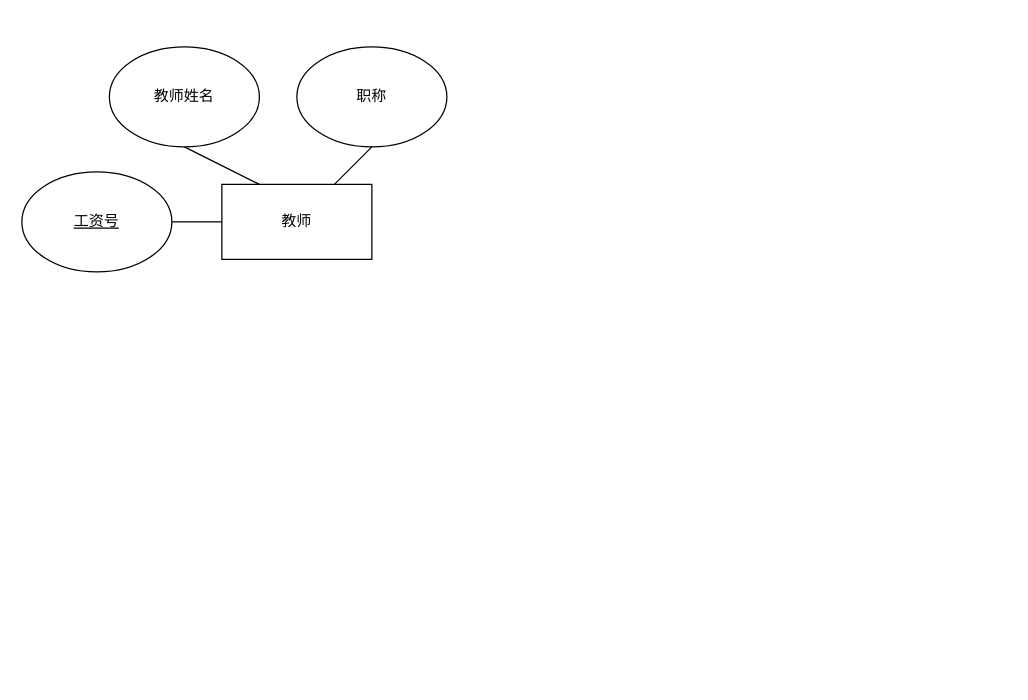
The draw.io diagram 成绩管理系统.drawio in Thesis7/review--master, before the edit. Source tidied: cells renumbered, new cells numbered last; positions are measured from the earlier drawing's top-left corner, leaving out a move shared by most shapes. Both pictures are drawn from the tidied source at 125%, with x=0, y=0 at pixel (21, 46).
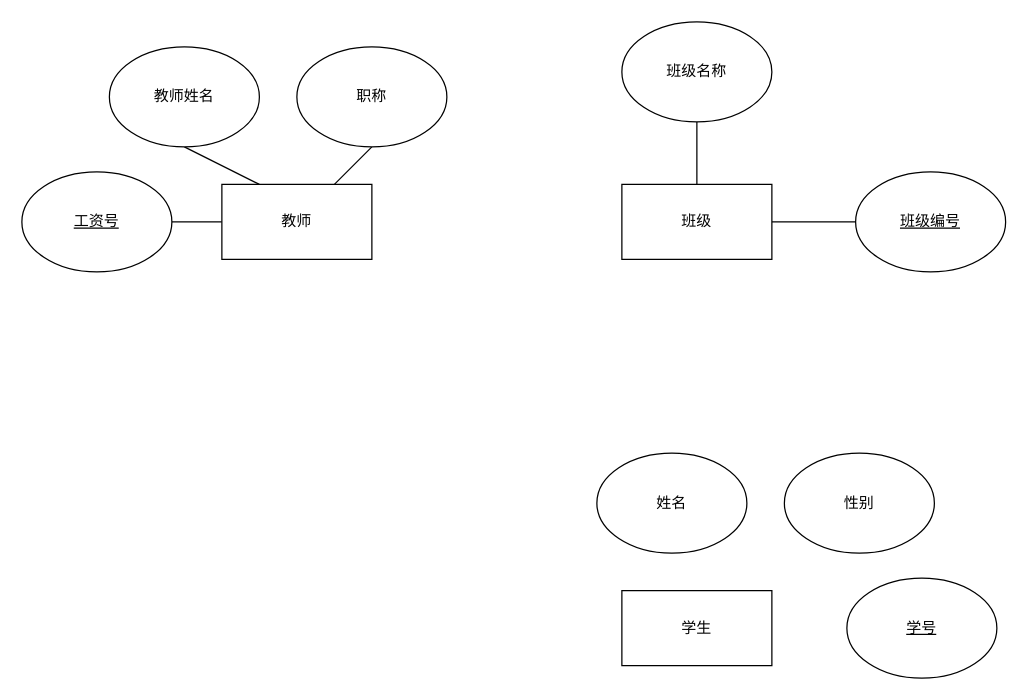
Above is the later version.

Commit message (it also covers changes not shown here):
更新成绩管理系统.drawio

What changed in the source:
```diff
@@
 <mxGraphModel>
   <root>
     <mxCell id="0" />
     <mxCell id="1" parent="0" />
     <mxCell id="2" style="rounded=0;jettySize=auto;html=1;exitX=0;exitY=0.5;exitDx=0;exitDy=0;endArrow=none;startFill=0;" parent="1" edge="1" source="5" target="6">
       <mxGeometry relative="1" as="geometry" />
     </mxCell>
     <mxCell id="3" style="rounded=0;jettySize=auto;html=1;exitX=0.75;exitY=0;exitDx=0;exitDy=0;entryX=0.5;entryY=1;entryDx=0;entryDy=0;endArrow=none;startFill=0;" parent="1" edge="1" source="5" target="8">
       <mxGeometry relative="1" as="geometry" />
     </mxCell>
     <mxCell id="4" style="rounded=0;jettySize=auto;html=1;exitX=0.25;exitY=0;exitDx=0;exitDy=0;entryX=0.5;entryY=1;entryDx=0;entryDy=0;endArrow=none;startFill=0;" parent="1" edge="1" source="5" target="7">
       <mxGeometry relative="1" as="geometry" />
     </mxCell>
     <mxCell id="5" value="教师" style="rounded=0;whiteSpace=wrap;html=1;" parent="1" vertex="1">
       <mxGeometry x="160" y="110" width="120" height="60" as="geometry" />
     </mxCell>
     <mxCell id="6" value="工资号" style="ellipse;whiteSpace=wrap;html=1;fontStyle=4;" parent="1" vertex="1">
       <mxGeometry y="100" width="120" height="80" as="geometry" />
     </mxCell>
     <mxCell id="7" value="教师姓名" style="ellipse;whiteSpace=wrap;html=1;" parent="1" vertex="1">
       <mxGeometry x="70" width="120" height="80" as="geometry" />
     </mxCell>
     <mxCell id="8" value="职称" style="ellipse;whiteSpace=wrap;html=1;" parent="1" vertex="1">
       <mxGeometry x="220" width="120" height="80" as="geometry" />
     </mxCell>
+    <mxCell id="9" value="学生" style="rounded=0;whiteSpace=wrap;html=1;" parent="1" vertex="1">
+      <mxGeometry x="480" y="435" width="120" height="60" as="geometry" />
+    </mxCell>
+    <mxCell id="10" value="学号" style="ellipse;whiteSpace=wrap;html=1;fontStyle=4;" parent="1" vertex="1">
+      <mxGeometry x="660" y="425" width="120" height="80" as="geometry" />
+    </mxCell>
+    <mxCell id="11" value="姓名" style="ellipse;whiteSpace=wrap;html=1;" parent="1" vertex="1">
+      <mxGeometry x="460" y="325" width="120" height="80" as="geometry" />
+    </mxCell>
+    <mxCell id="12" value="性别" style="ellipse;whiteSpace=wrap;html=1;" parent="1" vertex="1">
+      <mxGeometry x="610" y="325" width="120" height="80" as="geometry" />
+    </mxCell>
+    <mxCell id="13" style="edgeStyle=orthogonalEdgeStyle;rounded=0;jettySize=auto;html=1;exitX=0.5;exitY=0;exitDx=0;exitDy=0;entryX=0.5;entryY=1;entryDx=0;entryDy=0;endArrow=none;startFill=0;" parent="1" edge="1" source="15" target="17">
+      <mxGeometry relative="1" as="geometry" />
+    </mxCell>
+    <mxCell id="14" style="edgeStyle=orthogonalEdgeStyle;rounded=0;jettySize=auto;html=1;exitX=1;exitY=0.5;exitDx=0;exitDy=0;endArrow=none;startFill=0;" parent="1" edge="1" source="15" target="16">
+      <mxGeometry relative="1" as="geometry" />
+    </mxCell>
+    <mxCell id="15" value="班级" style="rounded=0;whiteSpace=wrap;html=1;" parent="1" vertex="1">
+      <mxGeometry x="480" y="110" width="120" height="60" as="geometry" />
+    </mxCell>
+    <mxCell id="16" value="班级编号" style="ellipse;whiteSpace=wrap;html=1;fontStyle=4;" parent="1" vertex="1">
+      <mxGeometry x="667" y="100" width="120" height="80" as="geometry" />
+    </mxCell>
+    <mxCell id="17" value="班级名称" style="ellipse;whiteSpace=wrap;html=1;" parent="1" vertex="1">
+      <mxGeometry x="480" y="-20" width="120" height="80" as="geometry" />
+    </mxCell>
   </root>
 </mxGraphModel>
```
